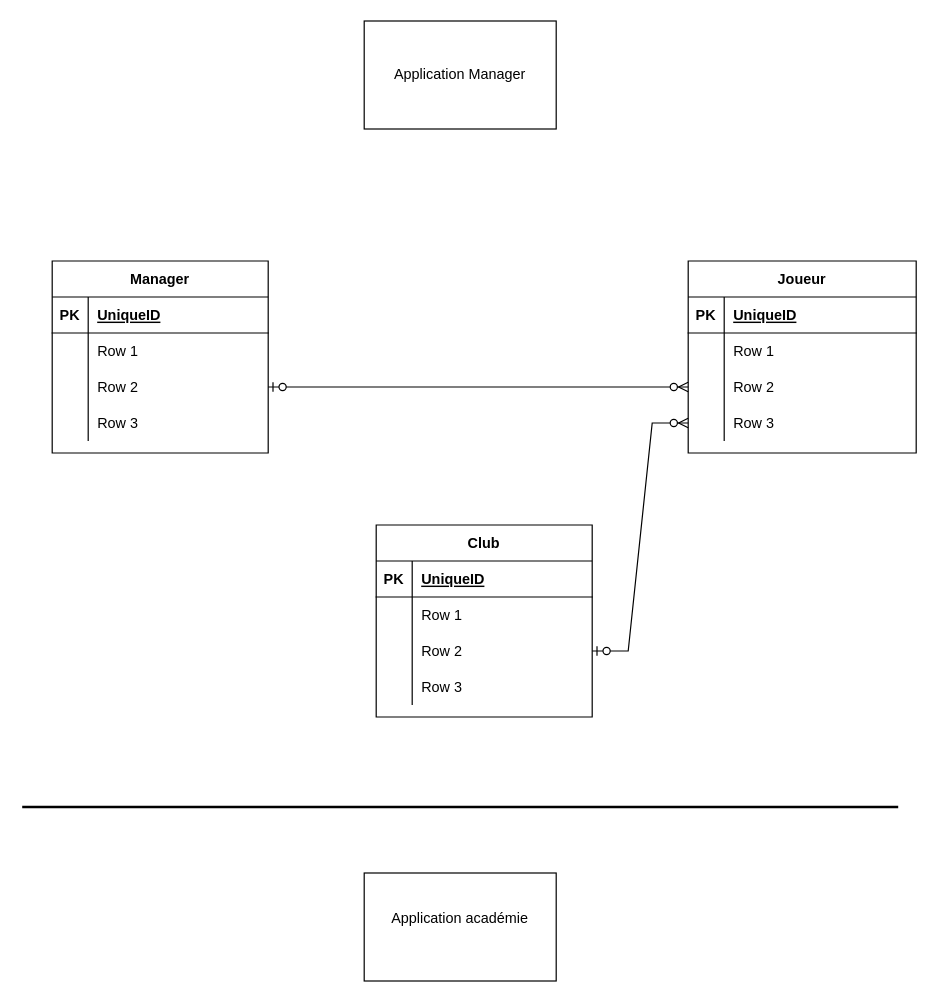
Above: FootballManagerDiagram.drawio in CrespinChristophe/FootballManager (draw.io), before the change. Source tidied: cells renumbered, new cells numbered last; positions are measured from the earlier drawing's top-left corner, leaving out a move shared by most shapes. Both pictures are drawn from the tidied source at 120%, with x=0, y=0 at pixel (22, 20).
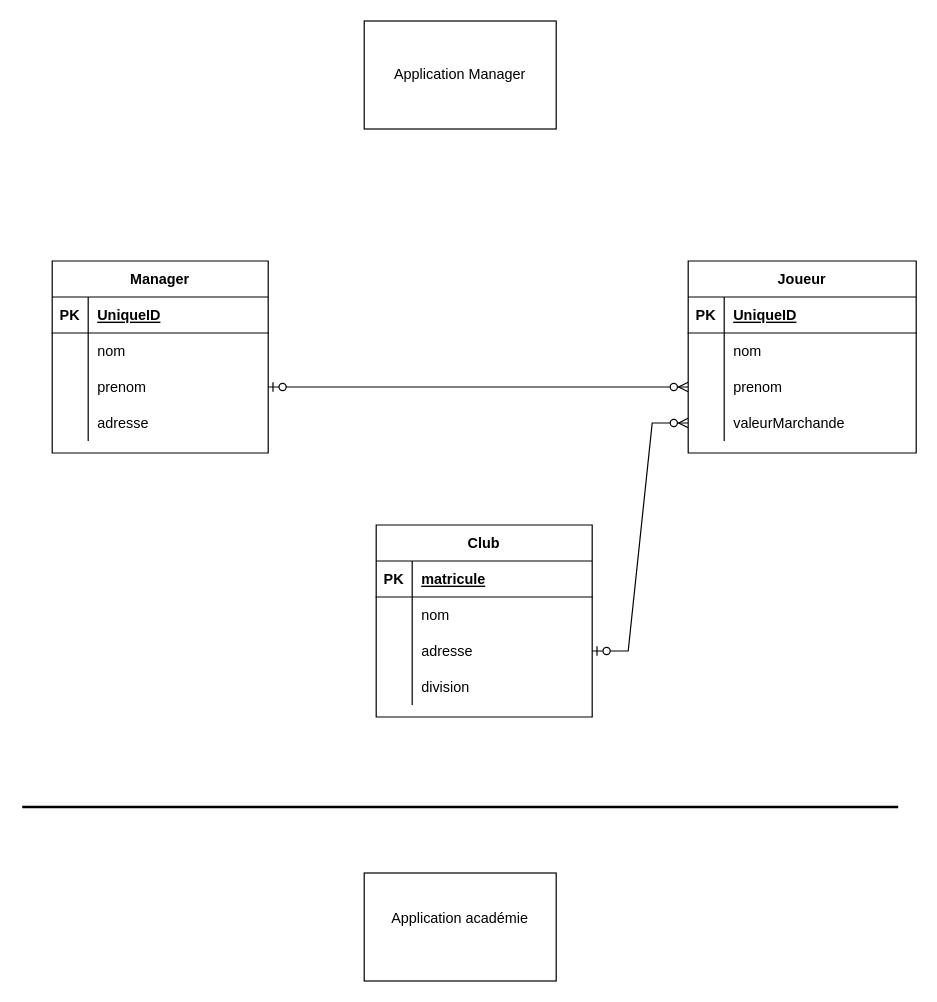
Above is the later version.

Unchanged cells that the change refers to:
```xml
<mxCell id="6" style="shape=tableRow;horizontal=0;startSize=0;swimlaneHead=0;swimlaneBody=0;fillColor=none;top=0;left=0;right=0;bottom=0;" parent="2" vertex="1">
  <mxGeometry y="60" width="190" height="30" as="geometry" />
</mxCell>
<mxCell id="9" style="shape=tableRow;horizontal=0;startSize=0;swimlaneHead=0;swimlaneBody=0;fillColor=none;points=[[0,0.5],[1,0.5]];portConstraint=eastwest;top=0;left=0;right=0;bottom=0;" parent="2" vertex="1">
  <mxGeometry y="90" width="190" height="30" as="geometry" />
</mxCell>
<mxCell id="12" style="shape=tableRow;horizontal=0;startSize=0;swimlaneHead=0;swimlaneBody=0;fillColor=none;points=[[0,0.5],[1,0.5]];portConstraint=eastwest;top=0;left=0;right=0;bottom=0;" parent="2" vertex="1">
  <mxGeometry y="120" width="190" height="30" as="geometry" />
</mxCell>
<mxCell id="19" style="shape=tableRow;horizontal=0;startSize=0;swimlaneHead=0;swimlaneBody=0;fillColor=none;top=0;left=0;right=0;bottom=0;" parent="15" vertex="1">
  <mxGeometry y="60" width="180" height="30" as="geometry" />
</mxCell>
<mxCell id="22" style="shape=tableRow;horizontal=0;startSize=0;swimlaneHead=0;swimlaneBody=0;fillColor=none;points=[[0,0.5],[1,0.5]];portConstraint=eastwest;top=0;left=0;right=0;bottom=0;" parent="15" vertex="1">
  <mxGeometry y="90" width="180" height="30" as="geometry" />
</mxCell>
<mxCell id="25" style="shape=tableRow;horizontal=0;startSize=0;swimlaneHead=0;swimlaneBody=0;fillColor=none;top=0;left=0;right=0;bottom=0;" parent="15" vertex="1">
  <mxGeometry y="120" width="180" height="30" as="geometry" />
</mxCell>
<mxCell id="33" style="shape=tableRow;horizontal=0;startSize=0;swimlaneHead=0;swimlaneBody=0;fillColor=none;top=0;left=0;right=0;bottom=1;" parent="32" vertex="1">
  <mxGeometry y="30" width="180" height="30" as="geometry" />
</mxCell>
<mxCell id="36" style="shape=tableRow;horizontal=0;startSize=0;swimlaneHead=0;swimlaneBody=0;fillColor=none;top=0;left=0;right=0;bottom=0;" parent="32" vertex="1">
  <mxGeometry y="60" width="180" height="30" as="geometry" />
</mxCell>
<mxCell id="39" style="shape=tableRow;horizontal=0;startSize=0;swimlaneHead=0;swimlaneBody=0;fillColor=none;points=[[0,0.5],[1,0.5]];portConstraint=eastwest;top=0;left=0;right=0;bottom=0;" parent="32" vertex="1">
  <mxGeometry y="90" width="180" height="30" as="geometry" />
</mxCell>
<mxCell id="42" style="shape=tableRow;horizontal=0;startSize=0;swimlaneHead=0;swimlaneBody=0;fillColor=none;top=0;left=0;right=0;bottom=0;" parent="32" vertex="1">
  <mxGeometry y="120" width="180" height="30" as="geometry" />
</mxCell>
```

The edit, as a diff of the source:
```diff
@@
-    <mxCell id="8" value="Row 1" style="shape=partialRectangle;fillColor=none;top=0;left=0;bottom=0;right=0;align=left;spacingLeft=6;overflow=hidden;" parent="6" vertex="1">
+    <mxCell id="8" value="nom" style="shape=partialRectangle;fillColor=none;top=0;left=0;bottom=0;right=0;align=left;spacingLeft=6;overflow=hidden;" parent="6" vertex="1">
       <mxGeometry x="30" width="160" height="30" as="geometry" />
     </mxCell>
@@
-    <mxCell id="11" value="Row 2" style="shape=partialRectangle;fillColor=none;top=0;left=0;bottom=0;right=0;align=left;spacingLeft=6;overflow=hidden;" parent="9" vertex="1">
+    <mxCell id="11" value="prenom" style="shape=partialRectangle;fillColor=none;top=0;left=0;bottom=0;right=0;align=left;spacingLeft=6;overflow=hidden;" parent="9" vertex="1">
       <mxGeometry x="30" width="160" height="30" as="geometry" />
     </mxCell>
@@
-    <mxCell id="14" value="Row 3" style="shape=partialRectangle;fillColor=none;top=0;left=0;bottom=0;right=0;align=left;spacingLeft=6;overflow=hidden;" parent="12" vertex="1">
+    <mxCell id="14" value="valeurMarchande" style="shape=partialRectangle;fillColor=none;top=0;left=0;bottom=0;right=0;align=left;spacingLeft=6;overflow=hidden;" parent="12" vertex="1">
       <mxGeometry x="30" width="160" height="30" as="geometry" />
     </mxCell>
@@
-    <mxCell id="21" value="Row 1" style="shape=partialRectangle;fillColor=none;top=0;left=0;bottom=0;right=0;align=left;spacingLeft=6;overflow=hidden;" parent="19" vertex="1">
+    <mxCell id="21" value="nom" style="shape=partialRectangle;fillColor=none;top=0;left=0;bottom=0;right=0;align=left;spacingLeft=6;overflow=hidden;" parent="19" vertex="1">
       <mxGeometry x="30" width="150" height="30" as="geometry" />
     </mxCell>
@@
-    <mxCell id="24" value="Row 2" style="shape=partialRectangle;fillColor=none;top=0;left=0;bottom=0;right=0;align=left;spacingLeft=6;overflow=hidden;" parent="22" vertex="1">
+    <mxCell id="24" value="prenom" style="shape=partialRectangle;fillColor=none;top=0;left=0;bottom=0;right=0;align=left;spacingLeft=6;overflow=hidden;" parent="22" vertex="1">
       <mxGeometry x="30" width="150" height="30" as="geometry" />
     </mxCell>
@@
-    <mxCell id="27" value="Row 3" style="shape=partialRectangle;fillColor=none;top=0;left=0;bottom=0;right=0;align=left;spacingLeft=6;overflow=hidden;" parent="25" vertex="1">
+    <mxCell id="27" value="adresse" style="shape=partialRectangle;fillColor=none;top=0;left=0;bottom=0;right=0;align=left;spacingLeft=6;overflow=hidden;" parent="25" vertex="1">
       <mxGeometry x="30" width="150" height="30" as="geometry" />
     </mxCell>
@@
-    <mxCell id="35" value="UniqueID" style="shape=partialRectangle;fillColor=none;top=0;left=0;bottom=0;right=0;align=left;spacingLeft=6;fontStyle=5;overflow=hidden;" parent="33" vertex="1">
+    <mxCell id="35" value="matricule" style="shape=partialRectangle;fillColor=none;top=0;left=0;bottom=0;right=0;align=left;spacingLeft=6;fontStyle=5;overflow=hidden;" parent="33" vertex="1">
       <mxGeometry x="30" width="150" height="30" as="geometry" />
     </mxCell>
@@
-    <mxCell id="38" value="Row 1" style="shape=partialRectangle;fillColor=none;top=0;left=0;bottom=0;right=0;align=left;spacingLeft=6;overflow=hidden;" parent="36" vertex="1">
+    <mxCell id="38" value="nom" style="shape=partialRectangle;fillColor=none;top=0;left=0;bottom=0;right=0;align=left;spacingLeft=6;overflow=hidden;" parent="36" vertex="1">
       <mxGeometry x="30" width="150" height="30" as="geometry" />
     </mxCell>
@@
-    <mxCell id="41" value="Row 2" style="shape=partialRectangle;fillColor=none;top=0;left=0;bottom=0;right=0;align=left;spacingLeft=6;overflow=hidden;" parent="39" vertex="1">
+    <mxCell id="41" value="adresse" style="shape=partialRectangle;fillColor=none;top=0;left=0;bottom=0;right=0;align=left;spacingLeft=6;overflow=hidden;" parent="39" vertex="1">
       <mxGeometry x="30" width="150" height="30" as="geometry" />
     </mxCell>
@@
-    <mxCell id="44" value="Row 3" style="shape=partialRectangle;fillColor=none;top=0;left=0;bottom=0;right=0;align=left;spacingLeft=6;overflow=hidden;" parent="42" vertex="1">
+    <mxCell id="44" value="division" style="shape=partialRectangle;fillColor=none;top=0;left=0;bottom=0;right=0;align=left;spacingLeft=6;overflow=hidden;" parent="42" vertex="1">
       <mxGeometry x="30" width="150" height="30" as="geometry" />
     </mxCell>
```
